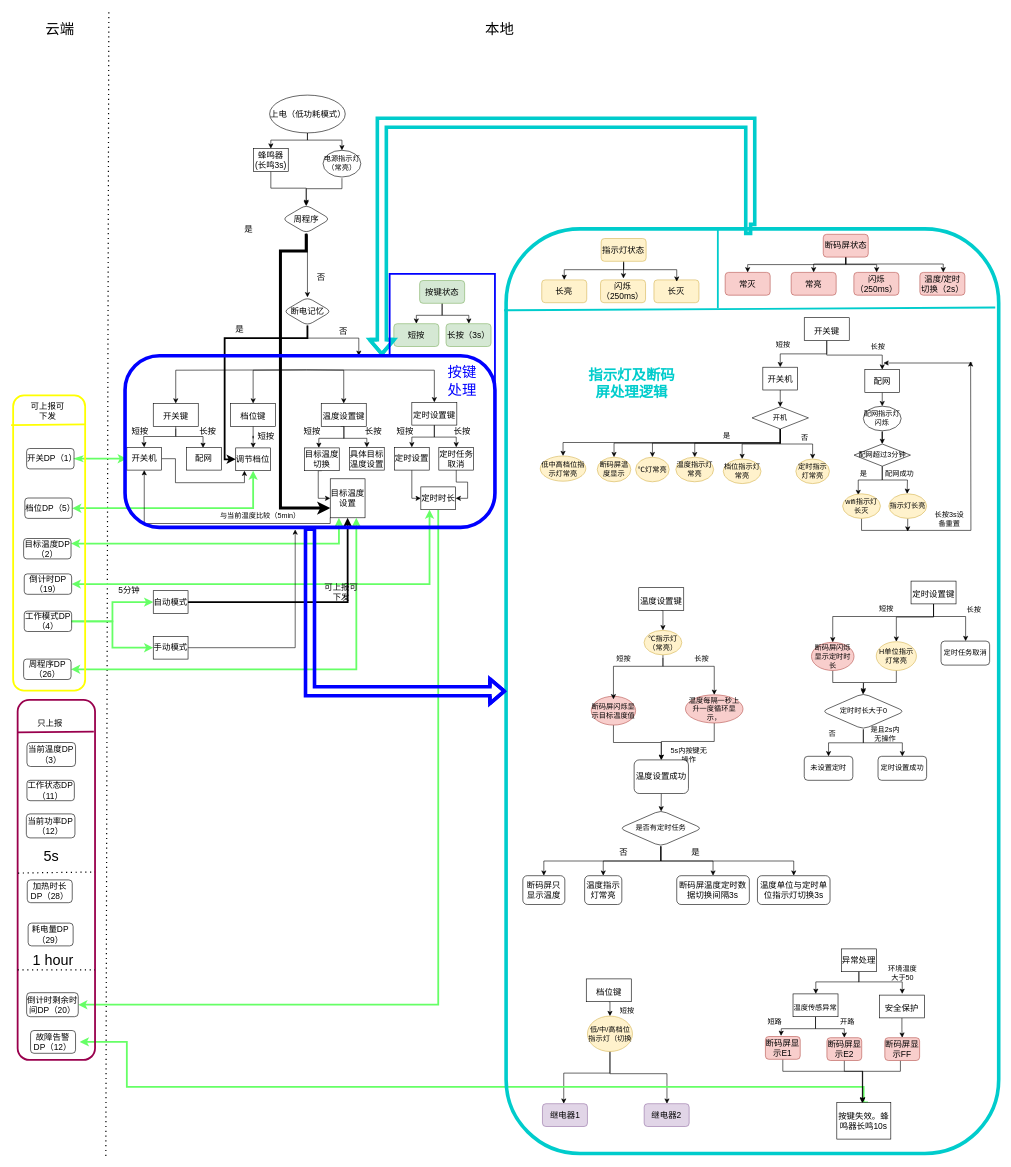
Above: software_frame.drawio in JeffYec/Jeff (draw.io), before the change. Source tidied: cells renumbered, new cells numbered last; positions are measured from the earlier drawing's top-left corner, leaving out a move shared by most shapes. Both pictures are drawn from the tidied source at 60%, with x=0, y=0 at pixel (13, 11).
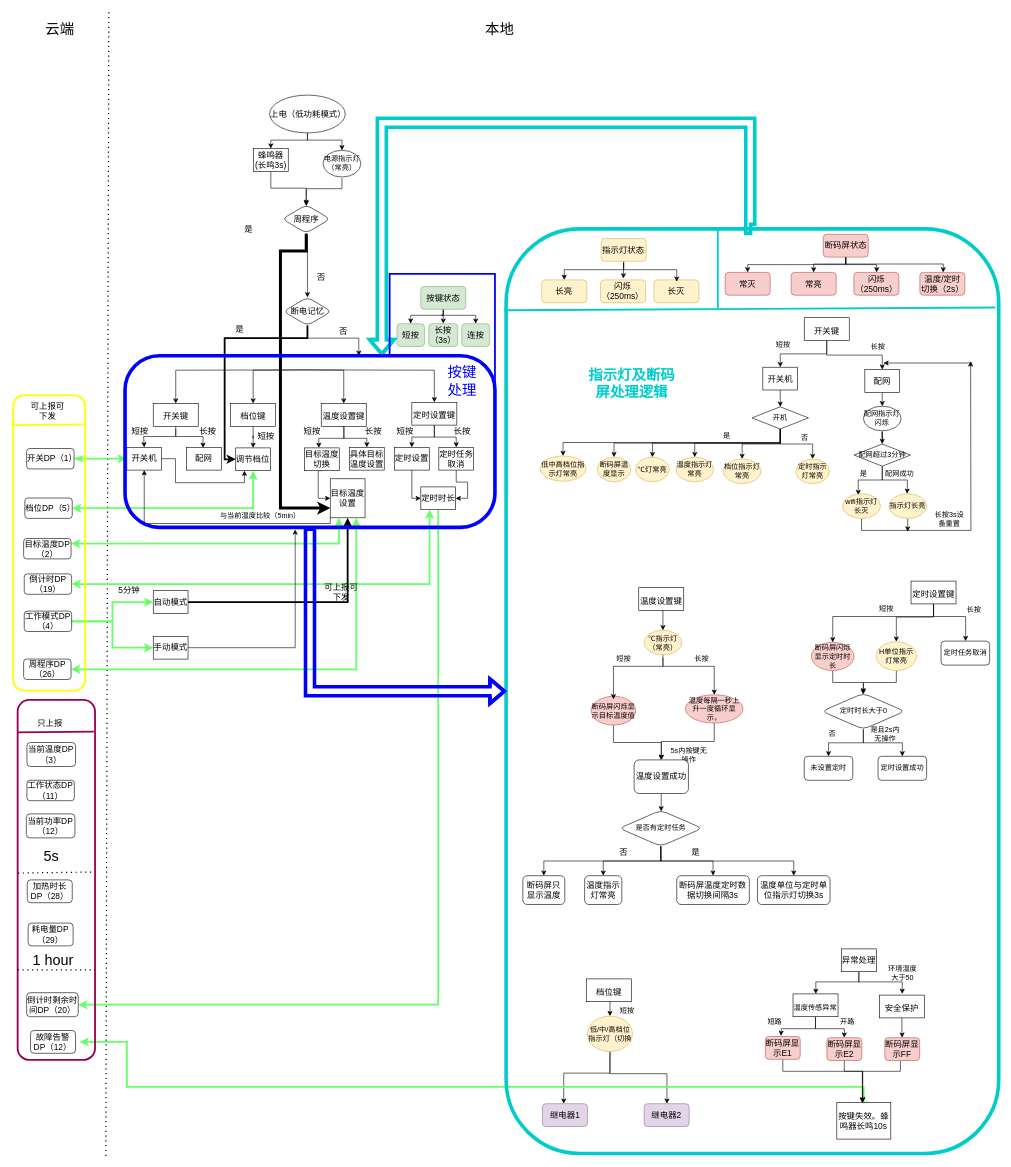
The same page after the edit.

The edit, as a diff of the source:
```diff
@@
     <mxCell id="171" value="长按（3s）" style="rounded=1;whiteSpace=wrap;html=1;fontSize=14;fillColor=#d5e8d4;strokeColor=#82b366;" parent="1" vertex="1">
-      <mxGeometry x="721.9" y="521" width="75" height="38" as="geometry" />
+      <mxGeometry x="693.2" y="521" width="48.1" height="38" as="geometry" />
     </mxCell>
     <mxCell id="172" value="短按" style="rounded=1;whiteSpace=wrap;html=1;fontSize=14;fillColor=#d5e8d4;strokeColor=#82b366;" parent="1" vertex="1">
-      <mxGeometry x="634.9" y="521" width="75" height="38" as="geometry" />
+      <mxGeometry x="640" y="521" width="46" height="38" as="geometry" />
     </mxCell>
@@
+    <mxCell id="181" style="edgeStyle=orthogonalEdgeStyle;rounded=0;jettySize=auto;html=1;exitX=0.5;exitY=1;exitDx=0;exitDy=0;entryX=0.5;entryY=0;entryDx=0;entryDy=0;labelBackgroundColor=#66FF66;labelBorderColor=#66FF66;fontSize=18;fontColor=#000000;startArrow=none;startFill=0;endArrow=classic;endFill=1;strokeColor=#000000;strokeWidth=1;" parent="1" edge="1" source="182" target="172">
+      <mxGeometry relative="1" as="geometry">
+        <Array as="points">
+          <mxPoint x="713.9" y="507" />
+          <mxPoint x="625.9" y="507" />
+        </Array>
+      </mxGeometry>
+    </mxCell>
-    <mxCell id="180" style="edgeStyle=orthogonalEdgeStyle;rounded=0;jettySize=auto;html=1;exitX=0.5;exitY=1;exitDx=0;exitDy=0;labelBackgroundColor=#66FF66;labelBorderColor=#66FF66;fontSize=14;fontColor=#000000;strokeColor=#000000;strokeWidth=1;" parent="1" edge="1" source="182" target="171">
-      <mxGeometry relative="1" as="geometry">
-        <Array as="points">
-          <mxPoint x="715.9" y="507" />
-          <mxPoint x="759.9" y="507" />
-        </Array>
-      </mxGeometry>
+    <mxCell id="180" style="edgeStyle=orthogonalEdgeStyle;rounded=0;jettySize=auto;html=1;exitX=0.5;exitY=1;exitDx=0;exitDy=0;entryX=0.5;entryY=0;entryDx=0;entryDy=0;labelBackgroundColor=#66FF66;labelBorderColor=#66FF66;fontSize=18;fontColor=#000000;startArrow=none;startFill=0;endArrow=classic;endFill=1;strokeColor=#000000;strokeWidth=1;" parent="1" edge="1" source="182" target="171">
+      <mxGeometry relative="1" as="geometry" />
     </mxCell>
-    <mxCell id="181" style="edgeStyle=orthogonalEdgeStyle;rounded=0;jettySize=auto;html=1;exitX=0.5;exitY=1;exitDx=0;exitDy=0;entryX=0.5;entryY=0;entryDx=0;entryDy=0;labelBackgroundColor=#66FF66;labelBorderColor=#66FF66;fontSize=18;fontColor=#000000;startArrow=none;startFill=0;endArrow=classic;endFill=1;strokeColor=#000000;strokeWidth=1;" parent="1" edge="1" source="182" target="172">
-      <mxGeometry relative="1" as="geometry" />
-    </mxCell>
+    <mxCell id="235" style="edgeStyle=orthogonalEdgeStyle;rounded=0;jettySize=auto;html=1;exitX=0.5;exitY=1;exitDx=0;exitDy=0;entryX=0.5;entryY=0;entryDx=0;entryDy=0;labelBackgroundColor=#66FF66;labelBorderColor=#66FF66;fontSize=18;fontColor=#000000;startArrow=none;startFill=0;endArrow=classic;endFill=1;strokeColor=#000000;strokeWidth=1;" parent="1" edge="1" source="182" target="236">
+      <mxGeometry relative="1" as="geometry">
+        <Array as="points">
+          <mxPoint x="713.9" y="507" />
+          <mxPoint x="801.9" y="507" />
+        </Array>
+      </mxGeometry>
+    </mxCell>
     <mxCell id="182" value="按键状态" style="rounded=1;whiteSpace=wrap;html=1;fontSize=14;fillColor=#d5e8d4;strokeColor=#82b366;" parent="1" vertex="1">
-      <mxGeometry x="677.9" y="449" width="75" height="38" as="geometry" />
+      <mxGeometry x="679.8" y="459" width="75" height="38" as="geometry" />
     </mxCell>
@@
+    <mxCell id="236" value="连按" style="rounded=1;whiteSpace=wrap;html=1;fontSize=14;fillColor=#d5e8d4;strokeColor=#82b366;" parent="1" vertex="1">
+      <mxGeometry x="748.1" y="521" width="46.5" height="38" as="geometry" />
+    </mxCell>
```
